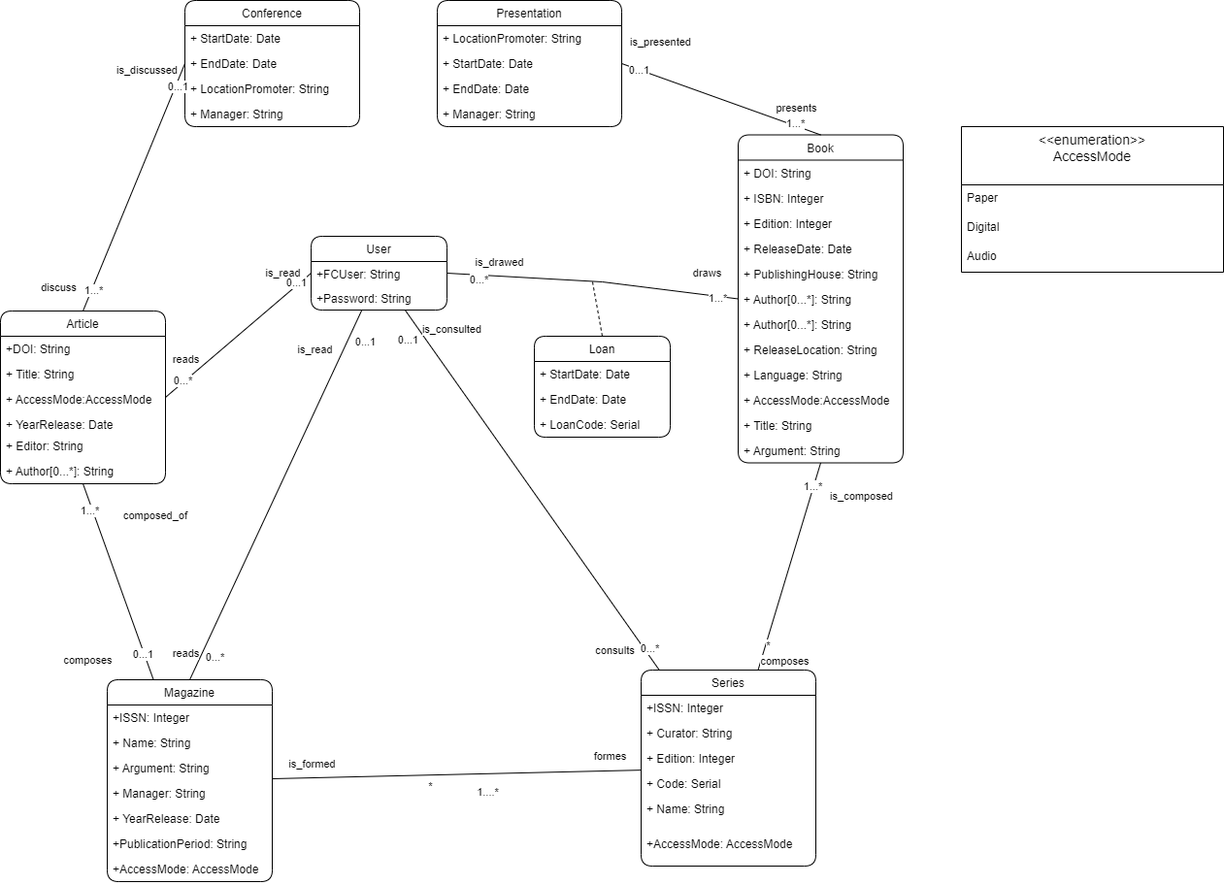
Above: BD/Diagrammi/ClassDiagramPJ.png in lorenzotecchia/ProgettoOOBD (draw.io), before the change. Source tidied: cells renumbered, new cells last; positions are measured from the earlier drawing's top-left corner, leaving out a move shared by most shapes.
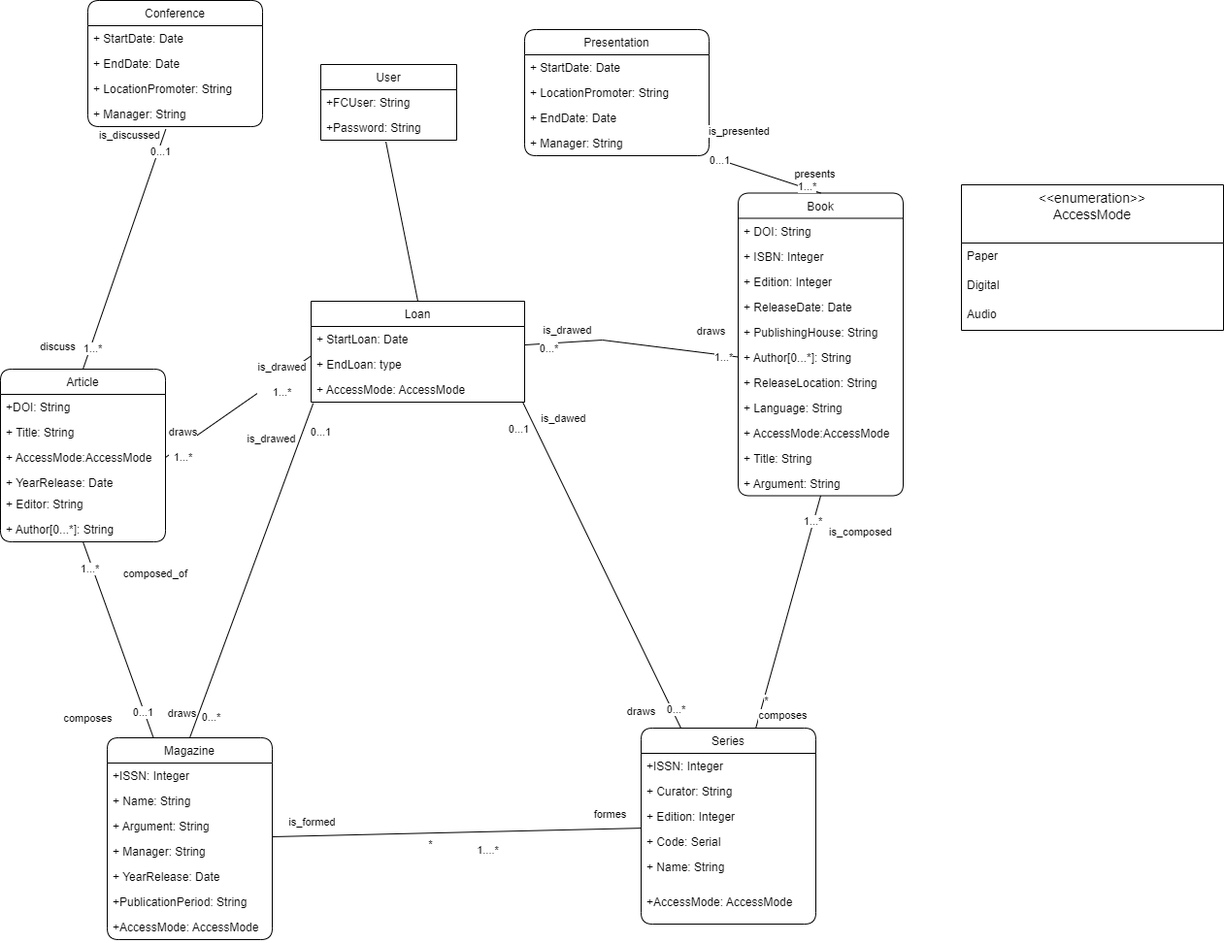
Above is the later version.

Change to the diagram source:
```diff
@@ -5,3 +5,3 @@
     <mxCell id="2" value="Book" style="swimlane;fontStyle=0;horizontal=1;startSize=26;fillColor=none;rounded=1;" parent="1" vertex="1">
-      <mxGeometry x="760" y="138.5" width="170" height="338" as="geometry" />
+      <mxGeometry x="760" y="138.5" width="170" height="312" as="geometry" />
     </mxCell>
@@ -22,25 +22,22 @@
     </mxCell>
-    <mxCell id="8" value="+ Author[0...*]: String" style="text;strokeColor=none;fillColor=none;align=left;verticalAlign=top;spacingLeft=4;spacingRight=4;overflow=hidden;points=[[0,0.5],[1,0.5]];portConstraint=eastwest;rounded=1;" parent="2" vertex="1">
-      <mxGeometry y="156" width="170" height="26" as="geometry" />
-    </mxCell>
     <mxCell id="9" value="+ Author[0...*]: String" style="text;strokeColor=none;fillColor=none;align=left;verticalAlign=top;spacingLeft=4;spacingRight=4;overflow=hidden;rounded=1;" parent="2" vertex="1">
-      <mxGeometry y="182" width="170" height="26" as="geometry" />
+      <mxGeometry y="156" width="170" height="26" as="geometry" />
     </mxCell>
     <mxCell id="10" value="+ ReleaseLocation: String" style="text;strokeColor=none;fillColor=none;align=left;verticalAlign=top;spacingLeft=4;spacingRight=4;overflow=hidden;rounded=1;" parent="2" vertex="1">
-      <mxGeometry y="208" width="170" height="26" as="geometry" />
+      <mxGeometry y="182" width="170" height="26" as="geometry" />
     </mxCell>
     <mxCell id="11" value="+ Language: String" style="text;strokeColor=none;fillColor=none;align=left;verticalAlign=top;spacingLeft=4;spacingRight=4;overflow=hidden;rounded=1;" parent="2" vertex="1">
-      <mxGeometry y="234" width="170" height="26" as="geometry" />
+      <mxGeometry y="208" width="170" height="26" as="geometry" />
     </mxCell>
     <mxCell id="12" value="+ AccessMode:AccessMode" style="text;strokeColor=none;fillColor=none;align=left;verticalAlign=top;spacingLeft=4;spacingRight=4;overflow=hidden;rounded=1;" parent="2" vertex="1">
-      <mxGeometry y="260" width="170" height="26" as="geometry" />
+      <mxGeometry y="234" width="170" height="26" as="geometry" />
     </mxCell>
     <mxCell id="13" value="+ Title: String" style="text;strokeColor=none;fillColor=none;align=left;verticalAlign=top;spacingLeft=4;spacingRight=4;overflow=hidden;rounded=1;" parent="2" vertex="1">
-      <mxGeometry y="286" width="170" height="26" as="geometry" />
+      <mxGeometry y="260" width="170" height="26" as="geometry" />
     </mxCell>
     <mxCell id="14" value="+ Argument: String" style="text;strokeColor=none;fillColor=none;align=left;verticalAlign=top;spacingLeft=4;spacingRight=4;overflow=hidden;rounded=1;" parent="2" vertex="1">
-      <mxGeometry y="312" width="170" height="26" as="geometry" />
+      <mxGeometry y="286" width="170" height="26" as="geometry" />
     </mxCell>
     <mxCell id="15" value="Conference" style="swimlane;fontStyle=0;horizontal=1;startSize=26;fillColor=none;rounded=1;" parent="1" vertex="1">
-      <mxGeometry x="190" width="180" height="130" as="geometry" />
+      <mxGeometry x="90" y="-60" width="180" height="130" as="geometry" />
     </mxCell>
@@ -58,6 +55,6 @@
     </mxCell>
-    <mxCell id="20" style="edgeStyle=none;shape=connector;rounded=0;jettySize=auto;html=1;labelBackgroundColor=default;strokeColor=default;fontFamily=Helvetica;fontSize=11;fontColor=default;endArrow=none;" parent="1" edge="1" source="30" target="72">
+    <mxCell id="20" style="edgeStyle=none;shape=connector;rounded=0;jettySize=auto;html=1;labelBackgroundColor=default;strokeColor=default;fontFamily=Helvetica;fontSize=11;fontColor=default;endArrow=none;exitX=0.992;exitY=1.015;exitDx=0;exitDy=0;exitPerimeter=0;" parent="1" edge="1" source="107" target="72">
       <mxGeometry relative="1" as="geometry" />
     </mxCell>
-    <mxCell id="21" value="consults" style="edgeLabel;html=1;align=center;verticalAlign=middle;fontSize=11;fontFamily=Helvetica;fontColor=default;" parent="20" vertex="1">
+    <mxCell id="21" value="draws" style="edgeLabel;html=1;align=center;verticalAlign=middle;fontSize=11;fontFamily=Helvetica;fontColor=default;" parent="20" vertex="1">
       <mxGeometry x="0.9" y="2" relative="1" as="geometry">
@@ -66,3 +63,3 @@
     </mxCell>
-    <mxCell id="22" value="is_consulted" style="edgeLabel;html=1;align=center;verticalAlign=middle;fontSize=11;fontFamily=Helvetica;fontColor=default;" parent="20" vertex="1">
+    <mxCell id="22" value="is_dawed" style="edgeLabel;html=1;align=center;verticalAlign=middle;fontSize=11;fontFamily=Helvetica;fontColor=default;" parent="20" vertex="1">
       <mxGeometry x="-0.88" y="-2" relative="1" as="geometry">
@@ -79,6 +76,6 @@
     </mxCell>
-    <mxCell id="25" style="edgeStyle=none;shape=connector;rounded=0;jettySize=auto;html=1;entryX=0.5;entryY=0;entryDx=0;entryDy=0;labelBackgroundColor=default;strokeColor=default;fontFamily=Helvetica;fontSize=11;fontColor=default;endArrow=none;" parent="1" edge="1" source="30" target="55">
+    <mxCell id="25" style="edgeStyle=none;shape=connector;rounded=0;jettySize=auto;html=1;entryX=0.5;entryY=0;entryDx=0;entryDy=0;labelBackgroundColor=default;strokeColor=default;fontFamily=Helvetica;fontSize=11;fontColor=default;endArrow=none;exitX=0.01;exitY=1.046;exitDx=0;exitDy=0;exitPerimeter=0;" parent="1" edge="1" source="107" target="55">
       <mxGeometry relative="1" as="geometry" />
     </mxCell>
-    <mxCell id="26" value="is_read" style="edgeLabel;html=1;align=center;verticalAlign=middle;fontSize=11;fontFamily=Helvetica;fontColor=default;" parent="25" vertex="1">
+    <mxCell id="26" value="is_drawed" style="edgeLabel;html=1;align=center;verticalAlign=middle;fontSize=11;fontFamily=Helvetica;fontColor=default;" parent="25" vertex="1">
       <mxGeometry x="-0.79" relative="1" as="geometry">
@@ -87,3 +84,3 @@
     </mxCell>
-    <mxCell id="27" value="reads" style="edgeLabel;html=1;align=center;verticalAlign=middle;fontSize=11;fontFamily=Helvetica;fontColor=default;" parent="25" vertex="1">
+    <mxCell id="27" value="draws" style="edgeLabel;html=1;align=center;verticalAlign=middle;fontSize=11;fontFamily=Helvetica;fontColor=default;" parent="25" vertex="1">
       <mxGeometry x="0.85" y="1" relative="1" as="geometry">
@@ -102,11 +99,2 @@
     </mxCell>
-    <mxCell id="30" value="User" style="swimlane;fontStyle=0;horizontal=1;startSize=26;fillColor=none;rounded=1;" parent="1" vertex="1">
-      <mxGeometry x="320" y="243" width="140" height="76" as="geometry" />
-    </mxCell>
-    <mxCell id="31" value="+FCUser: String" style="text;strokeColor=none;fillColor=none;align=left;verticalAlign=top;spacingLeft=4;spacingRight=4;overflow=hidden;rounded=1;" parent="30" vertex="1">
-      <mxGeometry y="26" width="140" height="25" as="geometry" />
-    </mxCell>
-    <mxCell id="32" value="+Password: String" style="text;strokeColor=none;fillColor=none;align=left;verticalAlign=top;spacingLeft=4;spacingRight=4;overflow=hidden;points=[[0,0.5],[1,0.5]];portConstraint=eastwest;rounded=1;" parent="30" vertex="1">
-      <mxGeometry y="51" width="140" height="25" as="geometry" />
-    </mxCell>
     <mxCell id="33" value="Article" style="swimlane;fontStyle=0;horizontal=1;startSize=26;fillColor=none;rounded=1;" parent="1" vertex="1">
@@ -133,10 +121,10 @@
     <mxCell id="40" value="Presentation" style="swimlane;fontStyle=0;horizontal=1;startSize=26;fillColor=none;rounded=1;" parent="1" vertex="1">
-      <mxGeometry x="450" width="190" height="130" as="geometry" />
+      <mxGeometry x="540" y="-30" width="190" height="130" as="geometry" />
     </mxCell>
+    <mxCell id="42" value="+ StartDate: Date&#10;" style="text;strokeColor=none;fillColor=none;align=left;verticalAlign=top;spacingLeft=4;spacingRight=4;overflow=hidden;rounded=1;" parent="40" vertex="1">
+      <mxGeometry y="26" width="190" height="26" as="geometry" />
+    </mxCell>
     <mxCell id="41" value="+ LocationPromoter: String" style="text;strokeColor=none;fillColor=none;align=left;verticalAlign=top;spacingLeft=4;spacingRight=4;overflow=hidden;rounded=1;" parent="40" vertex="1">
-      <mxGeometry y="26" width="190" height="26" as="geometry" />
+      <mxGeometry y="52" width="190" height="26" as="geometry" />
     </mxCell>
-    <mxCell id="42" value="+ StartDate: Date&#10;" style="text;strokeColor=none;fillColor=none;align=left;verticalAlign=top;spacingLeft=4;spacingRight=4;overflow=hidden;rounded=1;" parent="40" vertex="1">
-      <mxGeometry y="52" width="190" height="26" as="geometry" />
-    </mxCell>
     <mxCell id="43" value="+ EndDate: Date" style="text;strokeColor=none;fillColor=none;align=left;verticalAlign=top;spacingLeft=4;spacingRight=4;overflow=hidden;rounded=1;" parent="40" vertex="1">
@@ -213,14 +201,2 @@
     </mxCell>
-    <mxCell id="63" value="Loan" style="swimlane;fontStyle=0;horizontal=1;startSize=26;fillColor=none;rounded=1;" parent="1" vertex="1">
-      <mxGeometry x="550" y="346" width="140" height="104" as="geometry" />
-    </mxCell>
-    <mxCell id="64" value="+ StartDate: Date&#10;" style="text;strokeColor=none;fillColor=none;align=left;verticalAlign=top;spacingLeft=4;spacingRight=4;overflow=hidden;rounded=1;" parent="63" vertex="1">
-      <mxGeometry y="26" width="140" height="26" as="geometry" />
-    </mxCell>
-    <mxCell id="65" value="+ EndDate: Date" style="text;strokeColor=none;fillColor=none;align=left;verticalAlign=top;spacingLeft=4;spacingRight=4;overflow=hidden;rounded=1;" parent="63" vertex="1">
-      <mxGeometry y="52" width="140" height="26" as="geometry" />
-    </mxCell>
-    <mxCell id="66" value="+ LoanCode: Serial" style="text;strokeColor=none;fillColor=none;align=left;verticalAlign=top;spacingLeft=4;spacingRight=4;overflow=hidden;rounded=1;" parent="63" vertex="1">
-      <mxGeometry y="78" width="140" height="26" as="geometry" />
-    </mxCell>
     <mxCell id="67" style="edgeStyle=none;shape=connector;rounded=0;jettySize=auto;html=1;entryX=0.5;entryY=1;entryDx=0;entryDy=0;labelBackgroundColor=default;strokeColor=default;fontFamily=Helvetica;fontSize=11;fontColor=default;endArrow=none;" parent="1" edge="1" source="72" target="2">
@@ -265,3 +241,3 @@
     </mxCell>
-    <mxCell id="79" style="endArrow=none;html=1;rounded=0;entryX=0;entryY=0.5;entryDx=0;entryDy=0;exitX=0.5;exitY=0;exitDx=0;exitDy=0;" parent="1" edge="1" source="33" target="15">
+    <mxCell id="79" style="endArrow=none;html=1;rounded=0;entryX=0.446;entryY=1.108;entryDx=0;entryDy=0;exitX=0.5;exitY=0;exitDx=0;exitDy=0;entryPerimeter=0;" parent="1" edge="1" source="33" target="19">
       <mxGeometry relative="1" as="geometry" />
@@ -284,3 +260,3 @@
     </mxCell>
-    <mxCell id="84" style="endArrow=none;html=1;rounded=0;entryX=1;entryY=0.5;entryDx=0;entryDy=0;exitX=0.5;exitY=0;exitDx=0;exitDy=0;" parent="1" edge="1" source="2" target="40">
+    <mxCell id="84" style="endArrow=none;html=1;rounded=0;entryX=1.003;entryY=1.031;entryDx=0;entryDy=0;exitX=0.5;exitY=0;exitDx=0;exitDy=0;entryPerimeter=0;" parent="1" edge="1" source="2" target="44">
       <mxGeometry relative="1" as="geometry" />
@@ -303,4 +279,5 @@
     </mxCell>
-    <mxCell id="89" style="endArrow=none;html=1;rounded=0;entryX=0;entryY=0.5;entryDx=0;entryDy=0;exitX=1;exitY=0.5;exitDx=0;exitDy=0;" parent="1" edge="1" source="30" target="8">
+    <mxCell id="89" style="endArrow=none;html=1;rounded=0;entryX=0;entryY=0.5;entryDx=0;entryDy=0;" parent="1" edge="1" source="63">
       <mxGeometry relative="1" as="geometry">
+        <mxPoint x="760" y="307.5" as="targetPoint" />
         <Array as="points">
@@ -326,31 +303,8 @@
     </mxCell>
-    <mxCell id="94" style="endArrow=none;html=1;rounded=0;entryX=0;entryY=0.5;entryDx=0;entryDy=0;exitX=1;exitY=0.5;exitDx=0;exitDy=0;" parent="1" edge="1" source="33" target="30">
-      <mxGeometry relative="1" as="geometry" />
-    </mxCell>
-    <mxCell id="95" value="reads" style="edgeLabel;html=1;align=center;verticalAlign=middle;fontSize=11;fontFamily=Helvetica;fontColor=default;" parent="94" vertex="1">
-      <mxGeometry x="-0.78" y="1" relative="1" as="geometry">
-        <mxPoint x="4" y="-24" as="offset" />
-      </mxGeometry>
-    </mxCell>
-    <mxCell id="96" value="is_read" style="edgeLabel;html=1;align=center;verticalAlign=middle;fontSize=11;fontFamily=Helvetica;fontColor=default;" parent="94" vertex="1">
-      <mxGeometry x="0.8" relative="1" as="geometry">
-        <mxPoint x="-15" y="-13" as="offset" />
-      </mxGeometry>
-    </mxCell>
-    <mxCell id="97" value="0...*" style="edgeLabel;html=1;align=center;verticalAlign=middle;fontSize=11;fontFamily=Helvetica;fontColor=default;" parent="94" vertex="1">
-      <mxGeometry x="-0.75" y="2" relative="1" as="geometry" />
-    </mxCell>
-    <mxCell id="98" value="0...1" style="edgeLabel;html=1;align=center;verticalAlign=middle;fontSize=11;fontFamily=Helvetica;fontColor=default;" parent="94" vertex="1">
-      <mxGeometry x="0.81" y="2" relative="1" as="geometry">
-        <mxPoint y="-1" as="offset" />
-      </mxGeometry>
-    </mxCell>
-    <mxCell id="99" style="edgeStyle=none;shape=connector;rounded=0;orthogonalLoop=1;jettySize=auto;html=1;exitX=0.25;exitY=0;exitDx=0;exitDy=0;labelBackgroundColor=default;strokeColor=default;fontFamily=Helvetica;fontSize=11;fontColor=default;endArrow=none;" parent="1" edge="1" source="63" target="63">
-      <mxGeometry relative="1" as="geometry" />
+    <mxCell id="99" style="edgeStyle=none;shape=connector;rounded=0;orthogonalLoop=1;jettySize=auto;html=1;exitX=0.25;exitY=0;exitDx=0;exitDy=0;labelBackgroundColor=default;strokeColor=default;fontFamily=Helvetica;fontSize=11;fontColor=default;endArrow=none;" parent="1" edge="1">
+      <mxGeometry relative="1" as="geometry">
+        <mxPoint x="585" y="346" as="sourcePoint" />
+        <mxPoint x="585" y="346" as="targetPoint" />
+      </mxGeometry>
     </mxCell>
-    <mxCell id="100" style="endArrow=none;dashed=1;html=1;rounded=0;labelBackgroundColor=default;strokeColor=default;fontFamily=Helvetica;fontSize=11;fontColor=default;shape=connector;exitX=0.5;exitY=0;exitDx=0;exitDy=0;" parent="1" edge="1" source="63">
-      <mxGeometry relative="1" as="geometry">
-        <mxPoint x="610" y="290" as="targetPoint" />
-      </mxGeometry>
-    </mxCell>
     <mxCell id="101" value="&lt;&lt;enumeration&gt;&gt;&#10;AccessMode&#10;" style="swimlane;fontStyle=0;horizontal=1;startSize=60;align=center;fontSize=14;" parent="1" vertex="1">
@@ -367,2 +321,37 @@
     </mxCell>
+    <mxCell id="63" value="Loan" style="swimlane;fontStyle=0;horizontal=1;startSize=26;fillColor=none;" parent="1" vertex="1">
+      <mxGeometry x="320" y="250" width="220" height="104" as="geometry" />
+    </mxCell>
+    <mxCell id="105" value="+ StartLoan: Date" style="text;strokeColor=none;fillColor=none;align=left;verticalAlign=top;spacingLeft=4;spacingRight=4;overflow=hidden;" parent="63" vertex="1">
+      <mxGeometry y="26" width="220" height="26" as="geometry" />
+    </mxCell>
+    <mxCell id="106" value="+ EndLoan: type" style="text;strokeColor=none;fillColor=none;align=left;verticalAlign=top;spacingLeft=4;spacingRight=4;overflow=hidden;points=[[0,0.5],[1,0.5]];portConstraint=eastwest;" parent="63" vertex="1">
+      <mxGeometry y="52" width="220" height="26" as="geometry" />
+    </mxCell>
+    <mxCell id="107" value="+ AccessMode: AccessMode" style="text;strokeColor=none;fillColor=none;align=left;verticalAlign=top;spacingLeft=4;spacingRight=4;overflow=hidden;points=[[0,0.5],[1,0.5]];portConstraint=eastwest;" parent="63" vertex="1">
+      <mxGeometry y="78" width="220" height="26" as="geometry" />
+    </mxCell>
+    <mxCell id="30" value="User" style="swimlane;fontStyle=0;horizontal=1;startSize=26;fillColor=none;" parent="1" vertex="1">
+      <mxGeometry x="330" y="6" width="140" height="78" as="geometry" />
+    </mxCell>
+    <mxCell id="31" value="+FCUser: String" style="text;strokeColor=none;fillColor=none;align=left;verticalAlign=top;spacingLeft=4;spacingRight=4;overflow=hidden;" parent="30" vertex="1">
+      <mxGeometry y="26" width="140" height="26" as="geometry" />
+    </mxCell>
+    <mxCell id="32" value="+Password: String" style="text;strokeColor=none;fillColor=none;align=left;verticalAlign=top;spacingLeft=4;spacingRight=4;overflow=hidden;points=[[0,0.5],[1,0.5]];portConstraint=eastwest;" parent="30" vertex="1">
+      <mxGeometry y="52" width="140" height="26" as="geometry" />
+    </mxCell>
+    <mxCell id="108" style="endArrow=none;html=1;rounded=0;entryX=0.479;entryY=1.062;entryDx=0;entryDy=0;entryPerimeter=0;exitX=0.5;exitY=0;exitDx=0;exitDy=0;" parent="1" edge="1" source="63" target="32">
+      <mxGeometry relative="1" as="geometry" />
+    </mxCell>
+    <mxCell id="109" style="endArrow=none;html=1;rounded=0;entryX=-0.003;entryY=0.185;entryDx=0;entryDy=0;entryPerimeter=0;exitX=1;exitY=0.5;exitDx=0;exitDy=0;" parent="1" edge="1" source="36" target="106">
+      <mxGeometry relative="1" as="geometry" />
+    </mxCell>
+    <mxCell id="110" value="draws&lt;br&gt;&lt;br&gt;1...*" style="edgeLabel;html=1;align=center;verticalAlign=middle;" parent="109" vertex="1">
+      <mxGeometry x="-0.76" y="1" relative="1" as="geometry" />
+    </mxCell>
+    <mxCell id="111" value="is_drawed&lt;br&gt;&lt;br&gt;1...*" style="edgeLabel;html=1;align=center;verticalAlign=middle;" parent="109" vertex="1">
+      <mxGeometry x="0.79" y="-2" relative="1" as="geometry">
+        <mxPoint x="-15" y="11" as="offset" />
+      </mxGeometry>
+    </mxCell>
   </root>
```
